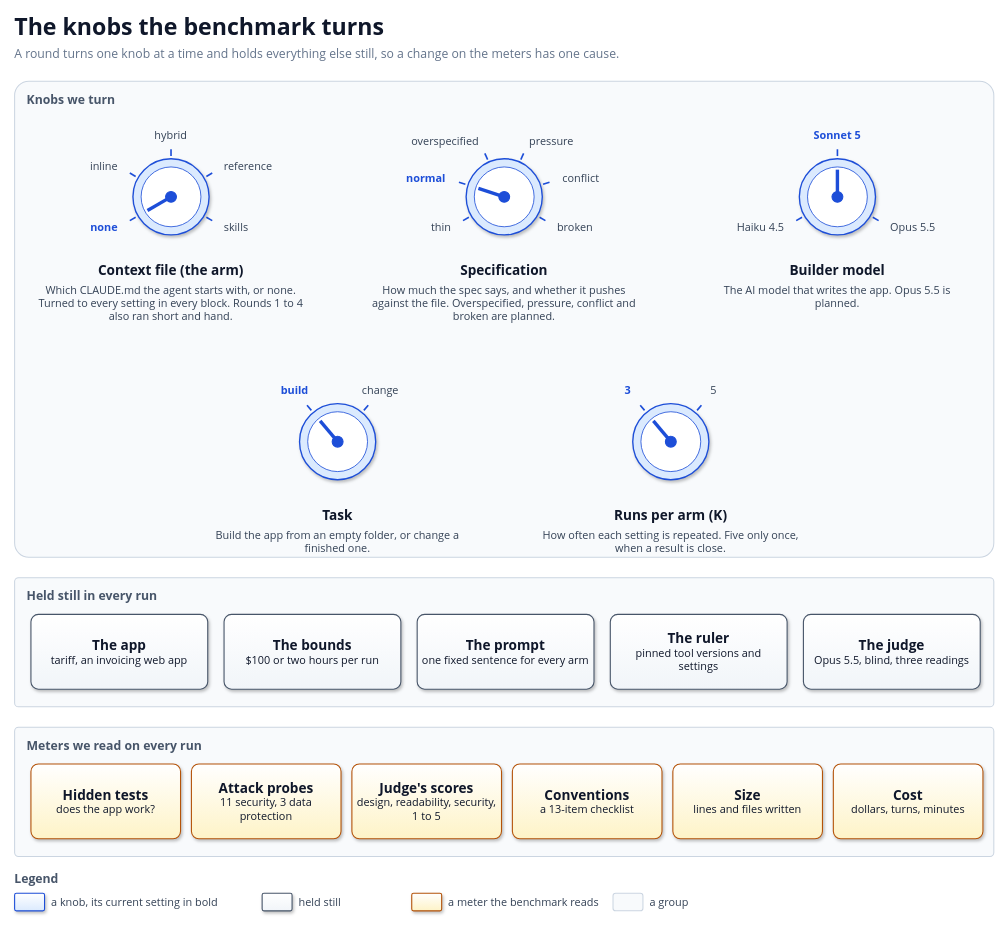
The draw.io diagram docs/diagrams/knobs.drawio in solid-ai-dev/solid-ai-benchmark, before the edit. Source tidied: cells renumbered, new cells numbered last; positions are measured from the earlier drawing's top-left corner, leaving out a move shared by most shapes. Both pictures are drawn from the tidied source at 68%, with x=0, y=0 at pixel (14, 12).
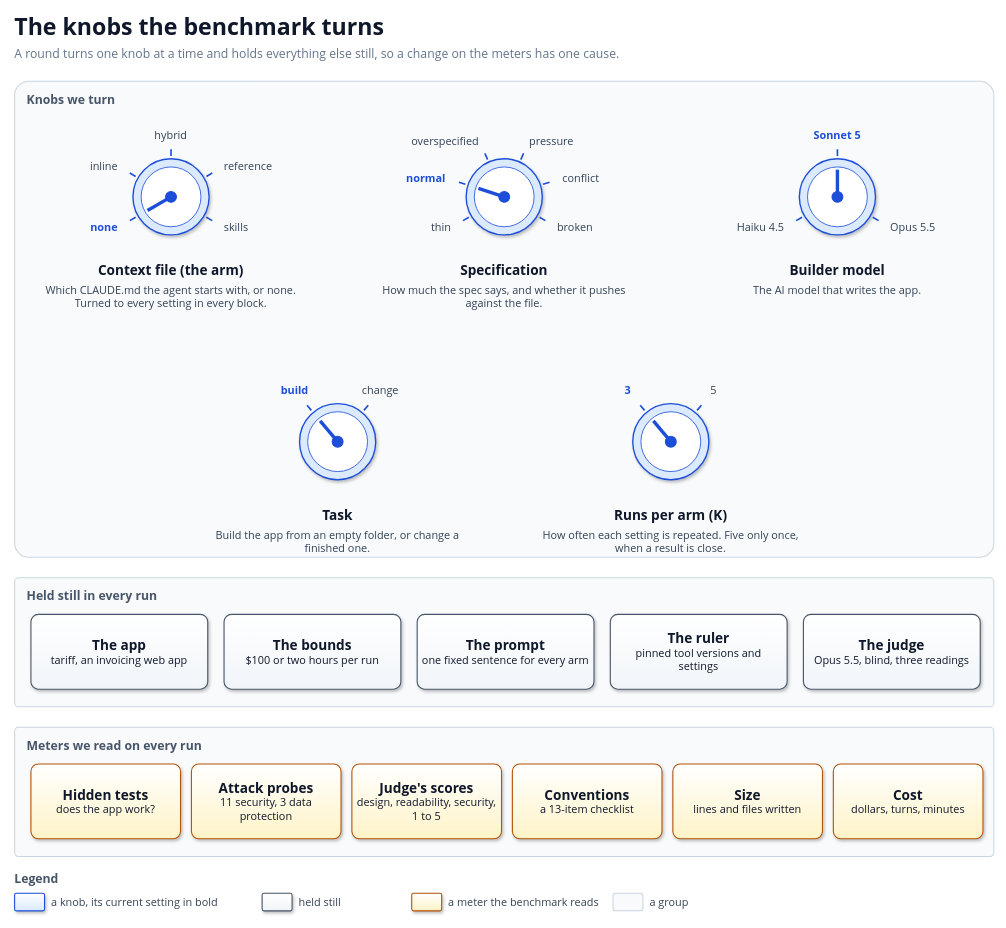
Above is the later version.

Commit message (it also covers changes not shown here):
docs(primer): describe the current design only, without past rounds (#26)

Rounds 1 to 4 are history. The primer and its knobs drop the per-round
table, the retired arms, the "turned in" column and the planned notes.
The findings stay as plain claims linked to the assessment, and a table
now says what each of the six specs does.


Claude-Session: https://claude.ai/code/session_01HVh8GVGd72WUJ3BvM7TXQn

The edit, as a diff of the source:
```diff
@@
-    <mxCell id="20" value="Which CLAUDE.md the agent starts with, or none. Turned to every setting in every block. Rounds 1 to 4 also ran short and hand." style="text;html=1;whiteSpace=wrap;strokeColor=none;fillColor=none;align=center;verticalAlign=top;fontFamily=Segoe UI;fontSize=16;fontColor=#334155;fontStyle=0;spacing=0;" parent="1" vertex="1">
+    <mxCell id="20" value="Which CLAUDE.md the agent starts with, or none. Turned to every setting in every block." style="text;html=1;whiteSpace=wrap;strokeColor=none;fillColor=none;align=center;verticalAlign=top;fontFamily=Segoe UI;fontSize=16;fontColor=#334155;fontStyle=0;spacing=0;" parent="1" vertex="1">
       <mxGeometry x="30" y="396" width="400" height="72" as="geometry" />
     </mxCell>
@@
-    <mxCell id="38" value="How much the spec says, and whether it pushes against the file. Overspecified, pressure, conflict and broken are planned." style="text;html=1;whiteSpace=wrap;strokeColor=none;fillColor=none;align=center;verticalAlign=top;fontFamily=Segoe UI;fontSize=16;fontColor=#334155;fontStyle=0;spacing=0;" parent="1" vertex="1">
+    <mxCell id="38" value="How much the spec says, and whether it pushes against the file." style="text;html=1;whiteSpace=wrap;strokeColor=none;fillColor=none;align=center;verticalAlign=top;fontFamily=Segoe UI;fontSize=16;fontColor=#334155;fontStyle=0;spacing=0;" parent="1" vertex="1">
       <mxGeometry x="520" y="396" width="400" height="72" as="geometry" />
     </mxCell>
@@
-    <mxCell id="50" value="The AI model that writes the app. Opus 5.5 is planned." style="text;html=1;whiteSpace=wrap;strokeColor=none;fillColor=none;align=center;verticalAlign=top;fontFamily=Segoe UI;fontSize=16;fontColor=#334155;fontStyle=0;spacing=0;" parent="1" vertex="1">
+    <mxCell id="50" value="The AI model that writes the app." style="text;html=1;whiteSpace=wrap;strokeColor=none;fillColor=none;align=center;verticalAlign=top;fontFamily=Segoe UI;fontSize=16;fontColor=#334155;fontStyle=0;spacing=0;" parent="1" vertex="1">
       <mxGeometry x="1010" y="396" width="400" height="72" as="geometry" />
     </mxCell>
```
